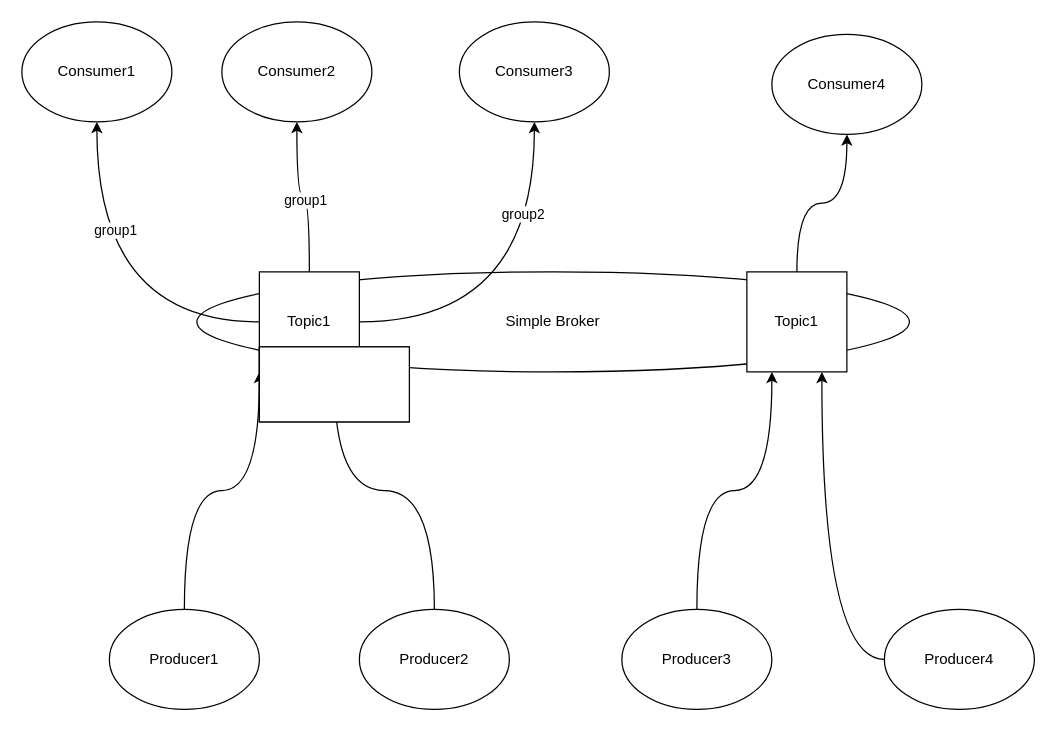
Earlier version of the draw.io diagram design/architecture.drawio (tislib/simple-broker). Source tidied: cells renumbered, new cells numbered last; positions are measured from the earlier drawing's top-left corner, leaving out a move shared by most shapes. Both pictures are drawn from the tidied source at 125%, with x=0, y=0 at pixel (21, 21).
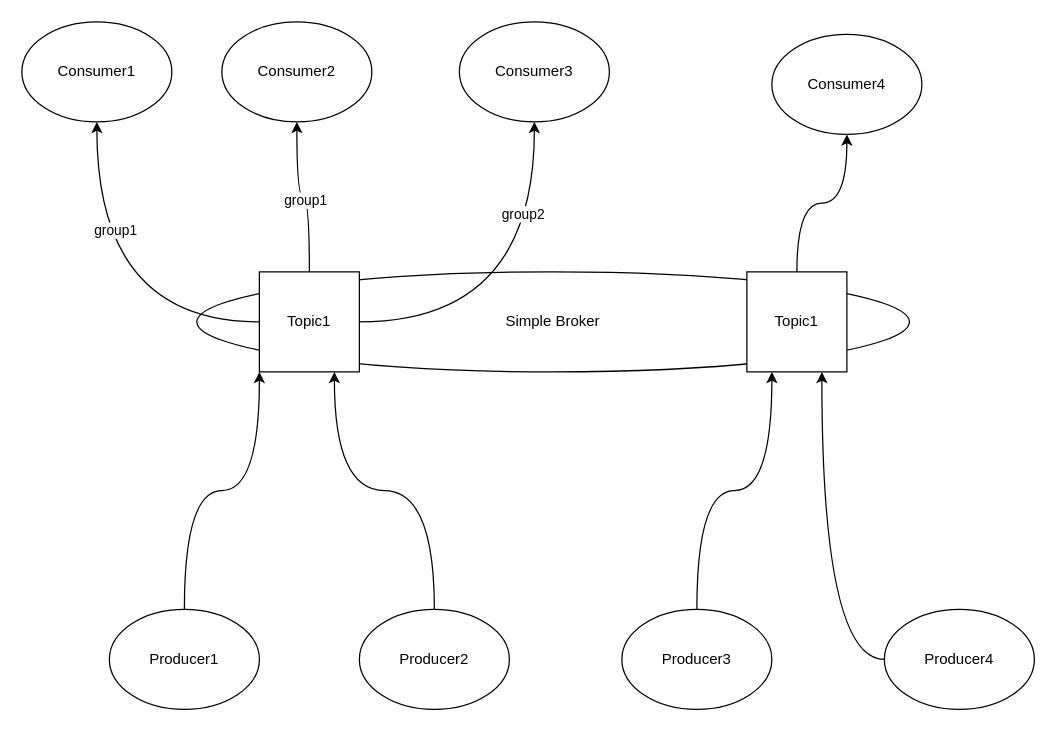
Above is the later version.

What changed in the source:
```diff
@@
-    <mxCell id="24" style="whiteSpace=wrap;html=1;" parent="1" vertex="1">
-      <mxGeometry x="190" y="260" width="120" height="60" as="geometry" />
-    </mxCell>
-    <mxCell id="25" style="whiteSpace=wrap;html=1;" parent="1" vertex="1">
-      <mxGeometry x="190" y="260" width="120" height="60" as="geometry" />
-    </mxCell>
```
